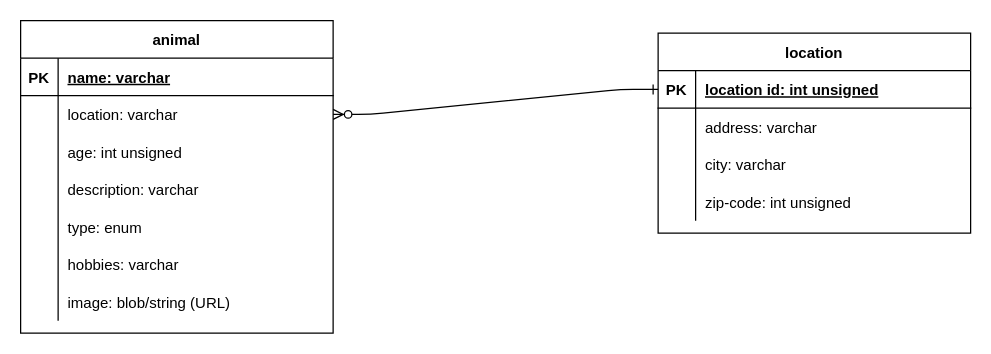
The draw.io diagram database_development_CR11/UML_ClassDiagram_CR11.drawio in Carina20/LMSCF-Carina-CR11, before the edit. Source tidied: cells renumbered, new cells numbered last; positions are measured from the earlier drawing's top-left corner, leaving out a move shared by most shapes. Both pictures are drawn from the tidied source at 125%, with x=0, y=0 at pixel (20, 20).
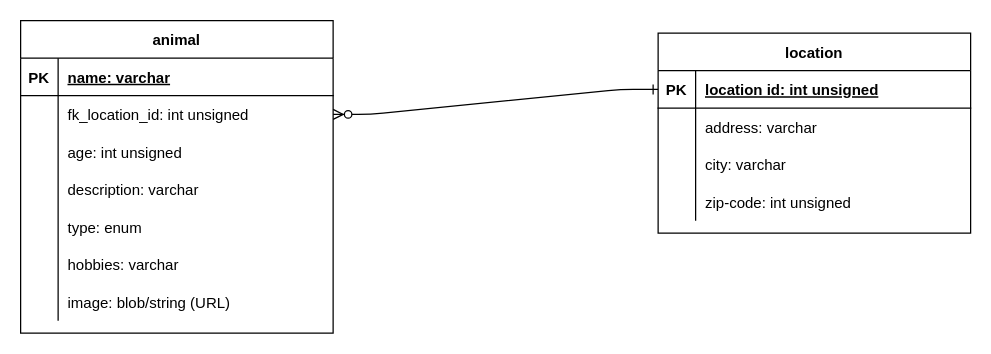
Above is the later version.

Unchanged cells that the change refers to:
```xml
<mxCell id="7" style="shape=partialRectangle;fillColor=none;points=[[0,0.5],[1,0.5]];portConstraint=eastwest;top=0;left=0;right=0;bottom=0;" parent="3" vertex="1">
  <mxGeometry y="60" width="250" height="30" as="geometry" />
</mxCell>
```

The edit, as a diff of the source:
```diff
@@
-    <mxCell id="9" value="location: varchar" style="shape=partialRectangle;overflow=hidden;fillColor=none;top=0;left=0;bottom=0;right=0;align=left;spacingLeft=6;fontStyle=0;" parent="7" vertex="1">
+    <mxCell id="9" value="fk_location_id: int unsigned" style="shape=partialRectangle;overflow=hidden;fillColor=none;top=0;left=0;bottom=0;right=0;align=left;spacingLeft=6;fontStyle=0;" parent="7" vertex="1">
       <mxGeometry x="30" width="220" height="30" as="geometry" />
     </mxCell>
```
